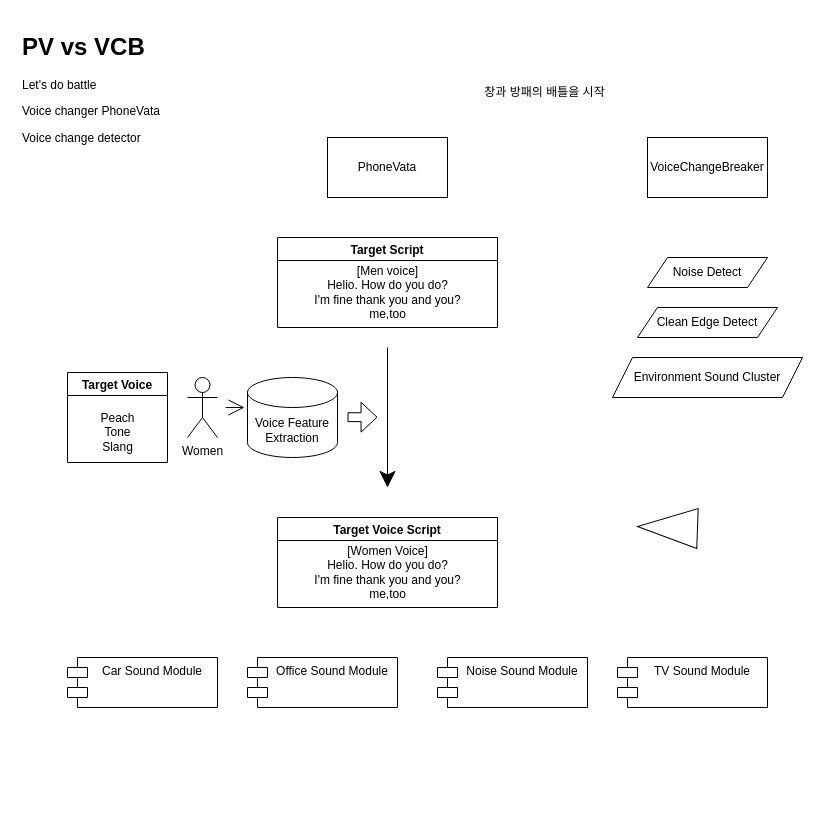
Earlier version of the draw.io diagram Untitled Diagram.drawio (goldpu/Flowchart-collection). Source tidied: cells renumbered, new cells numbered last; positions are measured from the earlier drawing's top-left corner, leaving out a move shared by most shapes. Both pictures are drawn from the tidied source at 100%, with x=0, y=0 at pixel (17, 27).
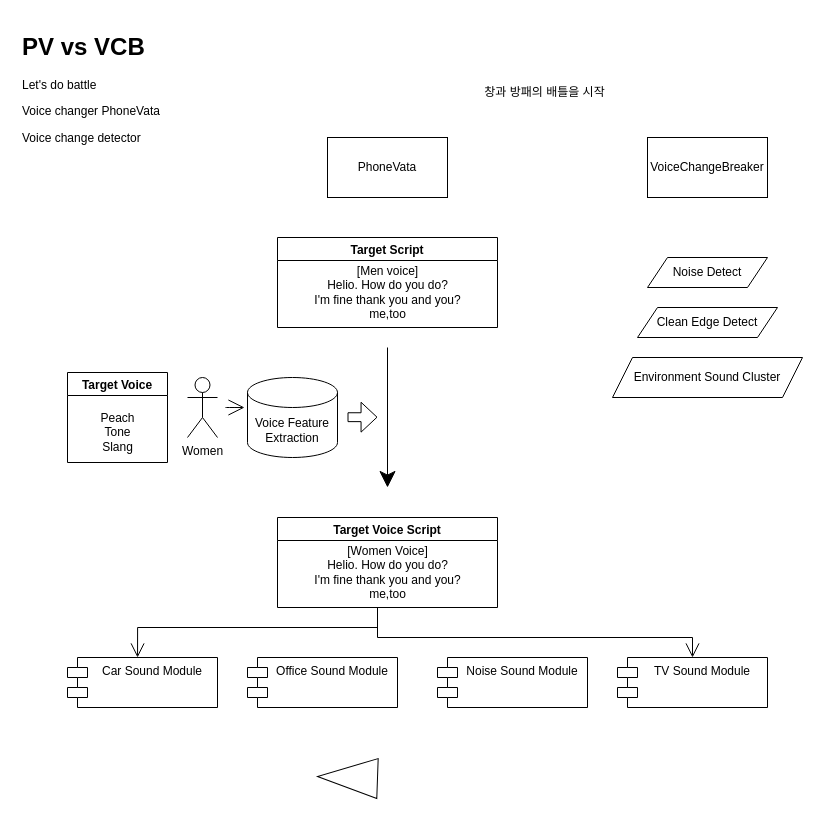
Above is the later version.

Unchanged cells that the change refers to:
```xml
<mxCell id="21" value="Car Sound Module" style="shape=module;align=left;spacingLeft=20;align=center;verticalAlign=top;" parent="1" vertex="1">
  <mxGeometry x="50" y="630" width="150" height="50" as="geometry" />
</mxCell>
<mxCell id="24" value="TV Sound Module" style="shape=module;align=left;spacingLeft=20;align=center;verticalAlign=top;" parent="1" vertex="1">
  <mxGeometry x="600" y="630" width="150" height="50" as="geometry" />
</mxCell>
```

Diff of the diagram source:
```diff
@@
     <mxCell id="20" style="triangle;whiteSpace=wrap;html=1;rotation=-178;" parent="1" vertex="1">
-      <mxGeometry x="620" y="480" width="60" height="40" as="geometry" />
+      <mxGeometry x="300" y="730" width="60" height="40" as="geometry" />
     </mxCell>
@@
+    <mxCell id="25" style="endArrow=open;endFill=1;endSize=12;html=1;rounded=0;edgeStyle=orthogonalEdgeStyle;entryX=0.467;entryY=0;entryDx=0;entryDy=0;entryPerimeter=0;" parent="1" edge="1" target="21">
+      <mxGeometry relative="1" as="geometry">
+        <mxPoint x="360" y="580" as="sourcePoint" />
+        <Array as="points">
+          <mxPoint x="360" y="600" />
+          <mxPoint x="120" y="600" />
+        </Array>
+      </mxGeometry>
+    </mxCell>
+    <mxCell id="26" style="endArrow=open;endFill=1;endSize=12;html=1;rounded=0;edgeStyle=orthogonalEdgeStyle;entryX=0.5;entryY=0;entryDx=0;entryDy=0;" parent="1" edge="1" target="24">
+      <mxGeometry relative="1" as="geometry">
+        <mxPoint x="360" y="580" as="sourcePoint" />
+        <Array as="points">
+          <mxPoint x="360" y="610" />
+          <mxPoint x="675" y="610" />
+        </Array>
+      </mxGeometry>
+    </mxCell>
```
